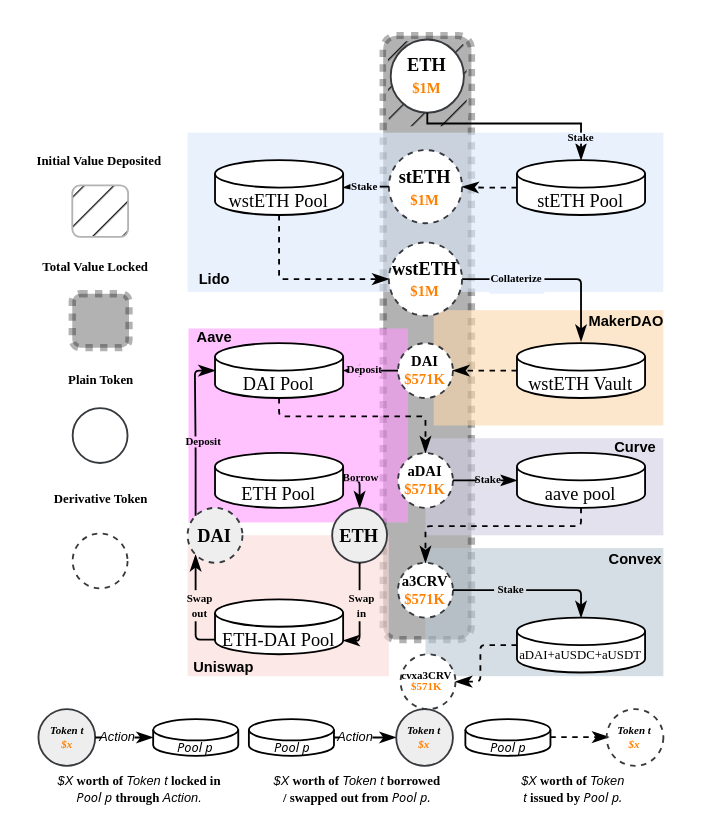
lyc0603/tvl-measurement keeps this draw.io diagram as diagrams/complexity.drawio. Above is the earlier version. Source tidied: cells renumbered, new cells numbered last; positions are measured from the earlier drawing's top-left corner, leaving out a move shared by most shapes. Both pictures are drawn from the tidied source at 183%, with x=0, y=0 at pixel (29, 35).
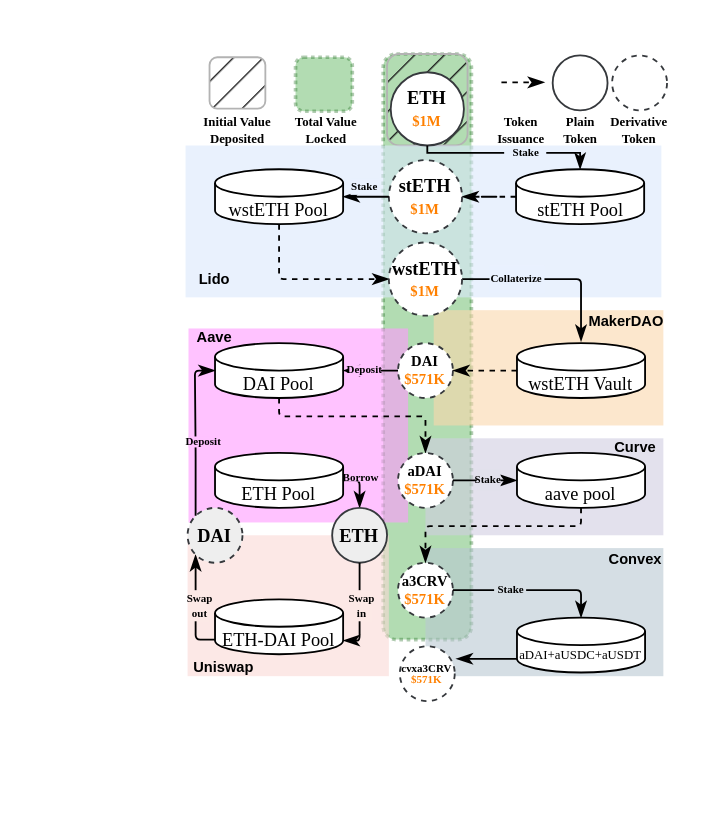
After the change.

Unchanged cells that the change refers to:
```xml
<mxCell id="37" value="&lt;p style=&quot;line-height: 26%;&quot;&gt;&lt;font style=&quot;font-size: 7px;&quot;&gt;aDAI+aUSDC+aUSDT&lt;br&gt;&lt;br&gt;&lt;/font&gt;&lt;/p&gt;" style="shape=cylinder3;whiteSpace=wrap;html=1;boundedLbl=1;backgroundOutline=1;size=7.5;strokeWidth=1;fontFamily=Times New Roman;fontStyle=0;fontSize=10;rounded=0;" parent="1" vertex="1">
  <mxGeometry x="266" y="318" width="70" height="30" as="geometry" />
</mxCell>
```

Diff of the diagram source:
```diff
@@
-    <mxCell id="2" style="rounded=1;whiteSpace=wrap;html=1;strokeWidth=4;dashed=1;dashPattern=1 1;opacity=30;fillColor=#000000;" parent="1" vertex="1">
-      <mxGeometry x="192.9" width="48.2" height="330" as="geometry" />
+    <mxCell id="2" style="rounded=1;whiteSpace=wrap;html=1;strokeWidth=2;dashed=1;dashPattern=1 1;opacity=30;fillColor=#008a00;strokeColor=#005700;fontColor=#ffffff;" parent="1" vertex="1">
+      <mxGeometry x="192.9" y="10" width="48.2" height="320" as="geometry" />
     </mxCell>
     <mxCell id="3" style="rounded=1;whiteSpace=wrap;html=1;fillStyle=hatch;strokeColor=#B3B3B3;fillColor=#1A1A1A;gradientColor=none;perimeterSpacing=0;" parent="1" vertex="1">
-      <mxGeometry x="195" y="2.5" width="44" height="47.5" as="geometry" />
+      <mxGeometry x="195" y="10" width="44" height="50" as="geometry" />
     </mxCell>
@@
     <mxCell id="7" style="rounded=0;whiteSpace=wrap;html=1;fillColor=#dae8fc;strokeColor=none;flipH=1;fillOpacity=60;" parent="1" vertex="1">
-      <mxGeometry x="86" y="53" width="260" height="87" as="geometry" />
+      <mxGeometry x="84.9" y="60" width="260" height="83" as="geometry" />
     </mxCell>
@@
     <mxCell id="10" value="stETH Pool" style="shape=cylinder3;whiteSpace=wrap;html=1;boundedLbl=1;backgroundOutline=1;size=7.5;strokeWidth=1;fontFamily=Times New Roman;fontStyle=0;fontSize=10;rounded=0;" parent="1" vertex="1">
-      <mxGeometry x="266" y="68" width="70" height="30" as="geometry" />
+      <mxGeometry x="265.5" y="73" width="70" height="30" as="geometry" />
     </mxCell>
@@
     <mxCell id="13" value="wstETH Pool" style="shape=cylinder3;whiteSpace=wrap;html=1;boundedLbl=1;backgroundOutline=1;size=7.5;strokeWidth=1;fontFamily=Times New Roman;fontStyle=0;fontSize=10;rounded=0;labelBorderColor=none;" parent="1" vertex="1">
-      <mxGeometry x="101" y="68" width="70" height="30" as="geometry" />
+      <mxGeometry x="101" y="73" width="70" height="30" as="geometry" />
     </mxCell>
@@
     <mxCell id="16" value="&lt;b style=&quot;font-size: 10px;&quot;&gt;stETH&lt;br&gt;&lt;/b&gt;&lt;b style=&quot;border-color: var(--border-color);&quot;&gt;&lt;font color=&quot;#ff8000&quot; style=&quot;font-size: 8px;&quot;&gt;$1M&lt;/font&gt;&lt;/b&gt;&lt;b style=&quot;font-size: 10px;&quot;&gt;&lt;br&gt;&lt;/b&gt;" style="ellipse;whiteSpace=wrap;html=1;labelBackgroundColor=none;labelBorderColor=none;fillColor=#FFFFFF;strokeColor=#36393d;fontSize=10;fontFamily=Times New Roman;rounded=0;dashed=1;" parent="1" vertex="1">
-      <mxGeometry x="196" y="62.5" width="40" height="40" as="geometry" />
+      <mxGeometry x="196" y="68" width="40" height="40" as="geometry" />
     </mxCell>
     <mxCell id="17" value="ETH&lt;br&gt;&lt;font color=&quot;#ff8000&quot; style=&quot;font-size: 8px;&quot;&gt;$1M&lt;/font&gt;" style="ellipse;whiteSpace=wrap;html=1;labelBackgroundColor=none;labelBorderColor=none;fillColor=#FFFFFF;strokeColor=#36393d;fontSize=10;fontFamily=Times New Roman;rounded=0;fontStyle=1;" parent="1" vertex="1">
-      <mxGeometry x="197" y="2.1" width="40" height="40" as="geometry" />
+      <mxGeometry x="197" y="20" width="40" height="40" as="geometry" />
     </mxCell>
@@
-    <mxCell id="36" style="edgeStyle=orthogonalEdgeStyle;rounded=1;jettySize=auto;html=1;entryX=1;entryY=0.5;entryDx=0;entryDy=0;arcSize=5;endArrow=classicThin;endFill=1;fillColor=#008a00;strokeColor=#000000;dashed=1;" parent="1" edge="1" source="37" target="38">
-      <mxGeometry relative="1" as="geometry" />
-    </mxCell>
@@
     <mxCell id="38" value="&lt;p style=&quot;line-height: 90%; font-size: 6px;&quot;&gt;&lt;font style=&quot;font-size: 6px;&quot;&gt;cvxa3CRV&lt;br style=&quot;font-size: 6px;&quot;&gt;&lt;b style=&quot;border-color: var(--border-color); font-size: 6px;&quot;&gt;&lt;font color=&quot;#ff8000&quot; style=&quot;font-size: 6px;&quot;&gt;$571K&lt;/font&gt;&lt;/b&gt;&lt;/font&gt;&lt;span style=&quot;font-size: 6px;&quot;&gt;&lt;br style=&quot;font-size: 6px;&quot;&gt;&lt;/span&gt;&lt;/p&gt;" style="ellipse;whiteSpace=wrap;html=1;labelBackgroundColor=none;labelBorderColor=none;fillColor=#FFFFFF;strokeColor=#36393d;fontSize=6;fontFamily=Times New Roman;rounded=0;fontStyle=1;dashed=1;" parent="1" vertex="1">
-      <mxGeometry x="202.4" y="338" width="30" height="30" as="geometry" />
+      <mxGeometry x="202" y="333.6" width="30" height="30" as="geometry" />
     </mxCell>
@@
-    <mxCell id="45" value="&lt;font style=&quot;font-size: 6px;&quot;&gt;&lt;i&gt;&lt;b style=&quot;border-color: var(--border-color);&quot;&gt;Token t&lt;br style=&quot;border-color: var(--border-color);&quot;&gt;&lt;/b&gt;&lt;b style=&quot;border-color: var(--border-color);&quot;&gt;&lt;font style=&quot;border-color: var(--border-color); font-size: 6px;&quot; color=&quot;#ff8000&quot;&gt;$x&lt;/font&gt;&lt;/b&gt;&lt;/i&gt;&lt;/font&gt;&lt;b style=&quot;font-size: 5px;&quot;&gt;&lt;br style=&quot;font-size: 5px;&quot;&gt;&lt;/b&gt;" style="ellipse;whiteSpace=wrap;html=1;labelBackgroundColor=none;labelBorderColor=none;fillColor=#eeeeee;strokeColor=#36393d;fontSize=5;fontFamily=Times New Roman;rounded=0;perimeterSpacing=0;" parent="1" vertex="1">
-      <mxGeometry x="4.5" y="368" width="31" height="31" as="geometry" />
-    </mxCell>
-    <mxCell id="46" value="&lt;p style=&quot;line-height: 103%;&quot;&gt;&lt;i style=&quot;border-color: var(--border-color); font-family: Tahoma; font-size: 7px;&quot;&gt;Pool p&lt;/i&gt;&lt;br&gt;&lt;/p&gt;" style="shape=cylinder3;whiteSpace=wrap;html=1;boundedLbl=1;backgroundOutline=1;size=5.7999999999999545;strokeWidth=1;fontFamily=Times New Roman;fontStyle=0;fontSize=10;rounded=0;" parent="1" vertex="1">
-      <mxGeometry x="67.2" y="373.5" width="46.5" height="20" as="geometry" />
-    </mxCell>
-    <mxCell id="47" value="&lt;i&gt;&lt;font style=&quot;font-weight: normal;&quot; face=&quot;Helvetica&quot;&gt;$X&lt;/font&gt;&lt;/i&gt; worth of &lt;i&gt;&lt;font style=&quot;font-weight: normal;&quot; face=&quot;Helvetica&quot;&gt;Token t&lt;/font&gt;&lt;/i&gt; locked in &lt;font face=&quot;Tahoma&quot;&gt;&lt;i&gt;&lt;span style=&quot;font-weight: normal;&quot;&gt;Pool p&lt;/span&gt; &lt;/i&gt;&lt;/font&gt;through &lt;span style=&quot;font-weight: normal;&quot;&gt;&lt;font face=&quot;Helvetica&quot;&gt;&lt;i&gt;Action.&lt;/i&gt;&lt;/font&gt;&lt;/span&gt;" style="text;html=1;strokeColor=none;fillColor=none;align=center;verticalAlign=middle;whiteSpace=wrap;rounded=0;fontFamily=Times New Roman;fontSize=7;fontStyle=1;" parent="1" vertex="1">
-      <mxGeometry x="13.8" y="405" width="92.2" height="13" as="geometry" />
-    </mxCell>
-    <mxCell id="48" style="edgeStyle=orthogonalEdgeStyle;rounded=0;jettySize=auto;html=1;exitX=1;exitY=0.5;exitDx=0;exitDy=0;entryX=0;entryY=0.5;entryDx=0;entryDy=0;entryPerimeter=0;endArrow=classicThin;endFill=1;" parent="1" edge="1" source="45" target="46">
-      <mxGeometry relative="1" as="geometry" />
-    </mxCell>
-    <mxCell id="49" value="&lt;font style=&quot;font-size: 7px; font-weight: normal;&quot; face=&quot;Helvetica&quot;&gt;&lt;i style=&quot;font-size: 7px;&quot;&gt;Action&lt;/i&gt;&lt;/font&gt;" style="text;html=1;strokeColor=none;fillColor=default;align=center;verticalAlign=middle;whiteSpace=wrap;rounded=0;fontFamily=Times New Roman;fontSize=7;fontStyle=1;" parent="1" vertex="1">
-      <mxGeometry x="39" y="379.5" width="18" height="8" as="geometry" />
-    </mxCell>
-    <mxCell id="50" value="&lt;i style=&quot;border-color: var(--border-color);&quot;&gt;&lt;font style=&quot;border-color: var(--border-color); font-weight: normal;&quot; face=&quot;Helvetica&quot;&gt;$X&lt;/font&gt;&lt;/i&gt;&amp;nbsp;worth of&amp;nbsp;&lt;i style=&quot;border-color: var(--border-color);&quot;&gt;&lt;font style=&quot;border-color: var(--border-color); font-weight: normal;&quot; face=&quot;Helvetica&quot;&gt;Token t&lt;/font&gt;&lt;/i&gt;&amp;nbsp;borrowed / swapped out from&amp;nbsp;&lt;i style=&quot;border-color: var(--border-color); font-family: Tahoma; font-weight: normal;&quot;&gt;Pool p.&lt;/i&gt;" style="text;html=1;strokeColor=none;fillColor=none;align=center;verticalAlign=middle;whiteSpace=wrap;rounded=0;fontFamily=Times New Roman;fontSize=7;fontStyle=1;" parent="1" vertex="1">
-      <mxGeometry x="132.4" y="405" width="93.6" height="13" as="geometry" />
-    </mxCell>
-    <mxCell id="51" value="&lt;i style=&quot;border-color: var(--border-color);&quot;&gt;&lt;font style=&quot;border-color: var(--border-color); font-weight: normal;&quot; face=&quot;Helvetica&quot;&gt;$X&lt;/font&gt;&lt;/i&gt;&amp;nbsp;worth of&amp;nbsp;&lt;i style=&quot;border-color: var(--border-color);&quot;&gt;&lt;font style=&quot;border-color: var(--border-color); font-weight: normal;&quot; face=&quot;Helvetica&quot;&gt;Token t&lt;/font&gt;&lt;/i&gt;&amp;nbsp;issued by&amp;nbsp;&lt;span style=&quot;border-color: var(--border-color); font-family: Tahoma; font-weight: normal;&quot;&gt;&lt;i&gt;Pool p.&lt;/i&gt;&lt;/span&gt;" style="text;html=1;strokeColor=none;fillColor=none;align=center;verticalAlign=middle;whiteSpace=wrap;rounded=0;fontFamily=Times New Roman;fontSize=7;fontStyle=1;" parent="1" vertex="1">
-      <mxGeometry x="262.8" y="405" width="68.2" height="13" as="geometry" />
-    </mxCell>
@@
-    <mxCell id="56" style="edgeStyle=orthogonalEdgeStyle;rounded=0;jettySize=auto;html=1;exitX=1;exitY=0.5;exitDx=0;exitDy=0;exitPerimeter=0;endArrow=classicThin;endFill=1;" parent="1" edge="1" source="57" target="58">
-      <mxGeometry relative="1" as="geometry" />
-    </mxCell>
-    <mxCell id="57" value="&lt;p style=&quot;line-height: 147%;&quot;&gt;&lt;i style=&quot;border-color: var(--border-color); font-family: Tahoma; font-size: 7px;&quot;&gt;Pool p&lt;/i&gt;&lt;br&gt;&lt;/p&gt;" style="shape=cylinder3;whiteSpace=wrap;html=1;boundedLbl=1;backgroundOutline=1;size=5.7999999999999545;strokeWidth=1;fontFamily=Times New Roman;fontStyle=0;fontSize=10;rounded=0;" parent="1" vertex="1">
-      <mxGeometry x="119.5" y="373.5" width="46.5" height="20" as="geometry" />
-    </mxCell>
-    <mxCell id="58" value="&lt;i style=&quot;border-color: var(--border-color); font-size: 6px;&quot;&gt;&lt;b style=&quot;border-color: var(--border-color);&quot;&gt;Token t&lt;br style=&quot;border-color: var(--border-color);&quot;&gt;&lt;/b&gt;&lt;b style=&quot;border-color: var(--border-color);&quot;&gt;&lt;font style=&quot;border-color: var(--border-color);&quot; color=&quot;#ff8000&quot;&gt;$x&lt;/font&gt;&lt;/b&gt;&lt;/i&gt;&lt;b style=&quot;font-size: 5px;&quot;&gt;&lt;br style=&quot;font-size: 5px;&quot;&gt;&lt;/b&gt;" style="ellipse;whiteSpace=wrap;html=1;labelBackgroundColor=none;labelBorderColor=none;fillColor=#eeeeee;strokeColor=#36393d;fontSize=5;fontFamily=Times New Roman;rounded=0;perimeterSpacing=0;" parent="1" vertex="1">
-      <mxGeometry x="200" y="368" width="31" height="31" as="geometry" />
-    </mxCell>
-    <mxCell id="59" value="&lt;p style=&quot;line-height: 147%;&quot;&gt;&lt;i style=&quot;border-color: var(--border-color); font-family: Tahoma; font-size: 7px;&quot;&gt;Pool p&lt;/i&gt;&lt;br&gt;&lt;/p&gt;" style="shape=cylinder3;whiteSpace=wrap;html=1;boundedLbl=1;backgroundOutline=1;size=5.7999999999999545;strokeWidth=1;fontFamily=Times New Roman;fontStyle=0;fontSize=10;rounded=0;" parent="1" vertex="1">
-      <mxGeometry x="237.8" y="373.5" width="46.5" height="20" as="geometry" />
-    </mxCell>
-    <mxCell id="60" style="edgeStyle=orthogonalEdgeStyle;rounded=0;orthogonalLoop=1;jettySize=auto;html=1;exitX=1;exitY=0.5;exitDx=0;exitDy=0;entryX=0;entryY=0.5;entryDx=0;entryDy=0;entryPerimeter=0;endArrow=classicThin;endFill=1;dashed=1;" parent="1" edge="1">
+    <mxCell id="60" style="edgeStyle=orthogonalEdgeStyle;rounded=0;orthogonalLoop=1;jettySize=auto;html=1;exitX=1;exitY=0.5;exitDx=0;exitDy=0;endArrow=classicThin;endFill=1;dashed=1;" parent="1" edge="1">
       <mxGeometry relative="1" as="geometry">
-        <mxPoint x="284.2" y="383.3" as="sourcePoint" />
-        <mxPoint x="316.2" y="383.3" as="targetPoint" />
+        <mxPoint x="257.5" y="25.5" as="sourcePoint" />
+        <mxPoint x="281" y="25" as="targetPoint" />
       </mxGeometry>
     </mxCell>
-    <mxCell id="61" value="&lt;i style=&quot;border-color: var(--border-color); font-size: 6px;&quot;&gt;&lt;b style=&quot;border-color: var(--border-color);&quot;&gt;Token t&lt;br style=&quot;border-color: var(--border-color);&quot;&gt;&lt;/b&gt;&lt;b style=&quot;border-color: var(--border-color);&quot;&gt;&lt;font style=&quot;border-color: var(--border-color);&quot; color=&quot;#ff8000&quot;&gt;$x&lt;/font&gt;&lt;/b&gt;&lt;/i&gt;&lt;b style=&quot;font-size: 5px;&quot;&gt;&lt;br style=&quot;font-size: 5px;&quot;&gt;&lt;/b&gt;" style="ellipse;whiteSpace=wrap;html=1;labelBackgroundColor=none;labelBorderColor=none;fillColor=none;strokeColor=#36393d;fontSize=5;fontFamily=Times New Roman;rounded=0;perimeterSpacing=0;dashed=1;" parent="1" vertex="1">
-      <mxGeometry x="315" y="368" width="31" height="31" as="geometry" />
-    </mxCell>
@@
     <mxCell id="67" style="rounded=1;whiteSpace=wrap;html=1;fillStyle=hatch;strokeColor=#B3B3B3;fillColor=#1A1A1A;glass=0;perimeterSpacing=0;imageAspect=1;" parent="1" vertex="1">
-      <mxGeometry x="23" y="81.8" width="30.5" height="28.1" as="geometry" />
+      <mxGeometry x="98" y="11.8" width="30.5" height="28.1" as="geometry" />
     </mxCell>
-    <mxCell id="68" style="rounded=1;whiteSpace=wrap;html=1;strokeWidth=4;dashed=1;dashPattern=1 1;opacity=30;fillColor=#000000;" parent="1" vertex="1">
-      <mxGeometry x="23" y="141" width="31" height="29.5" as="geometry" />
+    <mxCell id="68" style="rounded=1;whiteSpace=wrap;html=1;strokeWidth=2;dashed=1;dashPattern=1 1;opacity=30;fillColor=#008a00;fontColor=#ffffff;strokeColor=#005700;" parent="1" vertex="1">
+      <mxGeometry x="145" y="11.8" width="31" height="29.5" as="geometry" />
     </mxCell>
@@
-    <mxCell id="72" style="edgeStyle=orthogonalEdgeStyle;rounded=0;jettySize=auto;html=1;exitX=0.5;exitY=1;exitDx=0;exitDy=0;entryX=0.5;entryY=0;entryDx=0;entryDy=0;entryPerimeter=0;endArrow=classicThin;endFill=1;" parent="1" edge="1" source="17" target="10">
-      <mxGeometry relative="1" as="geometry">
-        <Array as="points">
-          <mxPoint x="217" y="48" />
-          <mxPoint x="301" y="48" />
-        </Array>
-      </mxGeometry>
-    </mxCell>
-    <mxCell id="73" value="&amp;nbsp;Stake" style="text;html=1;strokeColor=none;fillColor=#e9f1fe;align=center;verticalAlign=middle;whiteSpace=wrap;rounded=0;fontFamily=Times New Roman;fontSize=6;fontStyle=1;" parent="1" vertex="1">
-      <mxGeometry x="289" y="53" width="23" height="6" as="geometry" />
-    </mxCell>
     <mxCell id="74" value="Initial Value Deposited" style="text;html=1;strokeColor=none;fillColor=none;align=center;verticalAlign=middle;whiteSpace=wrap;rounded=0;fontFamily=Times New Roman;fontSize=7;fontStyle=1;" parent="1" vertex="1">
-      <mxGeometry x="2.2" y="62.5" width="72" height="13" as="geometry" />
+      <mxGeometry x="91.8" y="45.3" width="43" height="13" as="geometry" />
     </mxCell>
     <mxCell id="75" value="Total Value Locked" style="text;html=1;strokeColor=none;fillColor=none;align=center;verticalAlign=middle;whiteSpace=wrap;rounded=0;fontFamily=Times New Roman;fontSize=7;fontStyle=1;" parent="1" vertex="1">
-      <mxGeometry x="0.2" y="120.5" width="72" height="13" as="geometry" />
+      <mxGeometry x="137" y="45.3" width="50" height="13" as="geometry" />
     </mxCell>
     <mxCell id="76" value="&lt;b style=&quot;font-size: 8px;&quot;&gt;&lt;br style=&quot;font-size: 8px;&quot;&gt;&lt;/b&gt;" style="ellipse;whiteSpace=wrap;html=1;labelBackgroundColor=none;labelBorderColor=none;fillColor=#FFFFFF;strokeColor=#36393d;fontSize=8;fontFamily=Times New Roman;rounded=0;perimeterSpacing=0;dashed=1;" parent="1" vertex="1">
-      <mxGeometry x="23.2" y="272" width="30" height="30" as="geometry" />
+      <mxGeometry x="318" y="10.8" width="30" height="30" as="geometry" />
     </mxCell>
     <mxCell id="77" value="&lt;b style=&quot;font-size: 8px;&quot;&gt;&lt;br style=&quot;font-size: 8px;&quot;&gt;&lt;/b&gt;" style="ellipse;whiteSpace=wrap;html=1;labelBackgroundColor=none;labelBorderColor=none;fillColor=#FFFFFF;strokeColor=#36393d;fontSize=8;fontFamily=Times New Roman;rounded=0;perimeterSpacing=0;" parent="1" vertex="1">
-      <mxGeometry x="23.2" y="203.5" width="30" height="30" as="geometry" />
+      <mxGeometry x="285.5" y="10.8" width="30" height="30" as="geometry" />
     </mxCell>
     <mxCell id="78" value="Plain Token" style="text;html=1;strokeColor=none;fillColor=none;align=center;verticalAlign=middle;whiteSpace=wrap;rounded=0;fontFamily=Times New Roman;fontSize=7;fontStyle=1;" parent="1" vertex="1">
-      <mxGeometry x="2.5" y="182.5" width="72" height="13" as="geometry" />
+      <mxGeometry x="285.5" y="45.3" width="30" height="13" as="geometry" />
     </mxCell>
     <mxCell id="79" value="Derivative Token" style="text;html=1;strokeColor=none;fillColor=none;align=center;verticalAlign=middle;whiteSpace=wrap;rounded=0;fontFamily=Times New Roman;fontSize=7;fontStyle=1;" parent="1" vertex="1">
-      <mxGeometry x="2.5" y="247.5" width="72" height="13" as="geometry" />
+      <mxGeometry x="309.1" y="45.3" width="47.8" height="13" as="geometry" />
     </mxCell>
-    <mxCell id="80" value="&lt;font style=&quot;font-size: 7px; font-weight: normal;&quot; face=&quot;Helvetica&quot;&gt;&lt;i style=&quot;font-size: 7px;&quot;&gt;Action&lt;/i&gt;&lt;/font&gt;" style="text;html=1;strokeColor=none;fillColor=default;align=center;verticalAlign=middle;whiteSpace=wrap;rounded=0;fontFamily=Times New Roman;fontSize=7;fontStyle=1;" parent="1" vertex="1">
-      <mxGeometry x="169" y="379.5" width="18" height="8" as="geometry" />
-    </mxCell>
+    <mxCell id="36" style="edgeStyle=orthogonalEdgeStyle;rounded=0;jettySize=auto;html=1;exitX=0;exitY=1;exitDx=0;exitDy=-7.5;exitPerimeter=0;entryX=1.028;entryY=0.243;entryDx=0;entryDy=0;entryPerimeter=0;endArrow=classicThin;endFill=1;" parent="1" edge="1" source="37" target="38">
+      <mxGeometry relative="1" as="geometry" />
+    </mxCell>
+    <mxCell id="81" value="Token Issuance" style="text;html=1;strokeColor=none;fillColor=none;align=center;verticalAlign=middle;whiteSpace=wrap;rounded=0;fontFamily=Times New Roman;fontSize=7;fontStyle=1;" parent="1" vertex="1">
+      <mxGeometry x="251" y="45.3" width="35" height="13" as="geometry" />
+    </mxCell>
+    <mxCell id="72" style="edgeStyle=orthogonalEdgeStyle;rounded=0;jettySize=auto;html=1;exitX=0.5;exitY=1;exitDx=0;exitDy=0;entryX=0.5;entryY=0;entryDx=0;entryDy=0;entryPerimeter=0;endArrow=classicThin;endFill=1;" parent="1" edge="1" source="17" target="10">
+      <mxGeometry relative="1" as="geometry">
+        <Array as="points">
+          <mxPoint x="217" y="64" />
+          <mxPoint x="301" y="64" />
+        </Array>
+      </mxGeometry>
+    </mxCell>
+    <mxCell id="73" value="&amp;nbsp;Stake" style="text;html=1;strokeColor=none;fillColor=#e9f1fe;align=center;verticalAlign=middle;whiteSpace=wrap;rounded=0;fontFamily=Times New Roman;fontSize=6;fontStyle=1;" parent="1" vertex="1">
+      <mxGeometry x="259" y="61" width="23" height="6" as="geometry" />
+    </mxCell>
```
